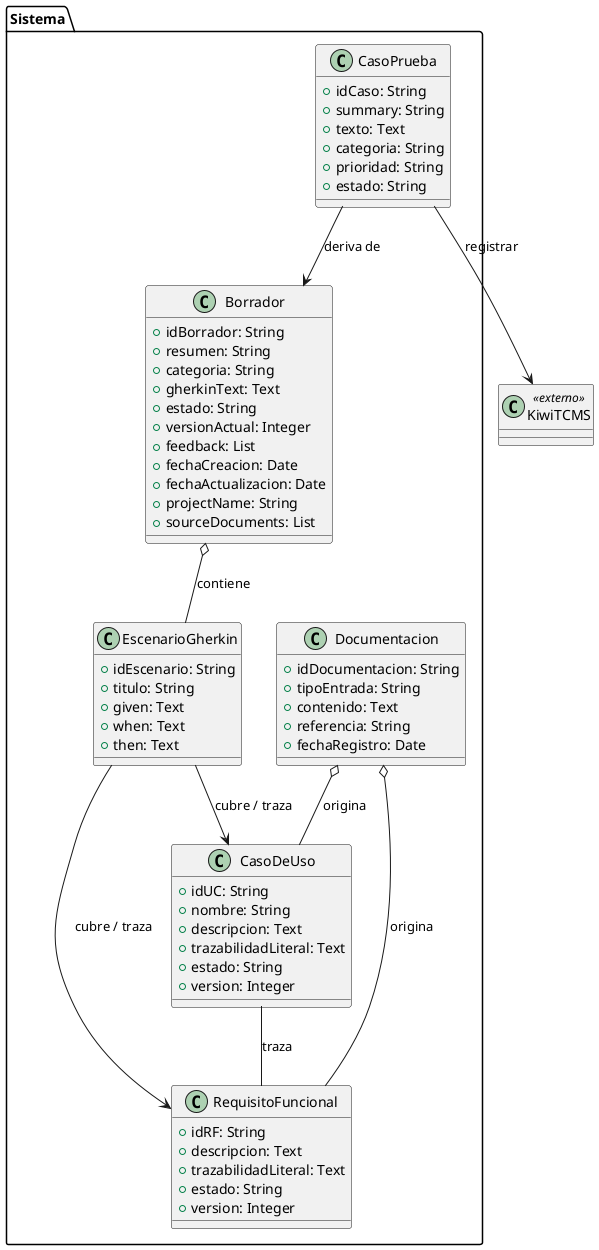
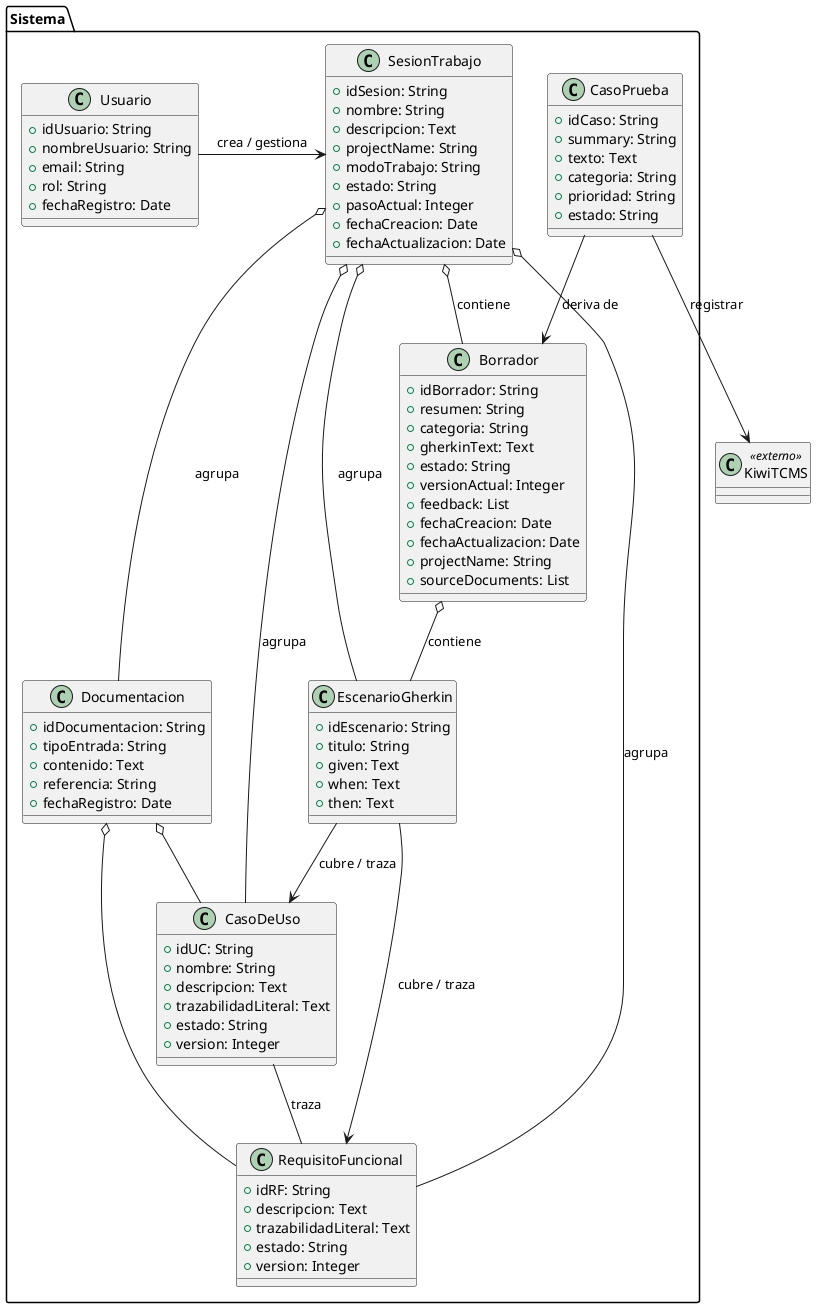
@startuml

package "Sistema" {
+ 
+ class Usuario {
+   +idUsuario: String
+   +nombreUsuario: String
+   +email: String
+   +rol: String
+   +fechaRegistro: Date
+ }
+ 
+ class SesionTrabajo {
+   +idSesion: String
+   +nombre: String
+   +descripcion: Text
+   +projectName: String
+   +modoTrabajo: String
+   +estado: String
+   +pasoActual: Integer
+   +fechaCreacion: Date
+   +fechaActualizacion: Date
+ }

class Documentacion {
  +idDocumentacion: String
  +tipoEntrada: String
  +contenido: Text
  +referencia: String
  +fechaRegistro: Date
}

class CasoDeUso {
  +idUC: String
  +nombre: String
  +descripcion: Text
  +trazabilidadLiteral: Text
  +estado: String
  +version: Integer
}

class RequisitoFuncional {
  +idRF: String
  +descripcion: Text
  +trazabilidadLiteral: Text
  +estado: String
  +version: Integer
}

class EscenarioGherkin {
  +idEscenario: String
  +titulo: String
  +given: Text
  +when: Text
  +then: Text
}

class Borrador {
  +idBorrador: String
  +resumen: String
  +categoria: String
  +gherkinText: Text
  +estado: String
  +versionActual: Integer
  +feedback: List
  +fechaCreacion: Date
  +fechaActualizacion: Date
  +projectName: String
  +sourceDocuments: List
}

class CasoPrueba {
  +idCaso: String
  +summary: String
  +texto: Text
  +categoria: String
  +prioridad: String
  +estado: String
}

- Documentacion  o-- CasoDeUso : origina
- Documentacion  o--  RequisitoFuncional : origina
+ Usuario  ->  SesionTrabajo : crea / gestiona
+ SesionTrabajo  o--  Documentacion : agrupa
+ SesionTrabajo  o--  CasoDeUso : agrupa
+ SesionTrabajo  o--  RequisitoFuncional : agrupa
+ SesionTrabajo  o--  EscenarioGherkin : agrupa
+ SesionTrabajo  o--  Borrador : contiene
+ 
+ Documentacion  o-- CasoDeUso
+ Documentacion  o--  RequisitoFuncional

CasoDeUso  --  RequisitoFuncional : traza

EscenarioGherkin  -->  CasoDeUso : cubre / traza
EscenarioGherkin --> RequisitoFuncional : cubre / traza

Borrador  o--  EscenarioGherkin : contiene

CasoPrueba  -->  Borrador : deriva de
}

class KiwiTCMS <<externo>>

CasoPrueba  --> KiwiTCMS : registrar

- @enduml+ @enduml
